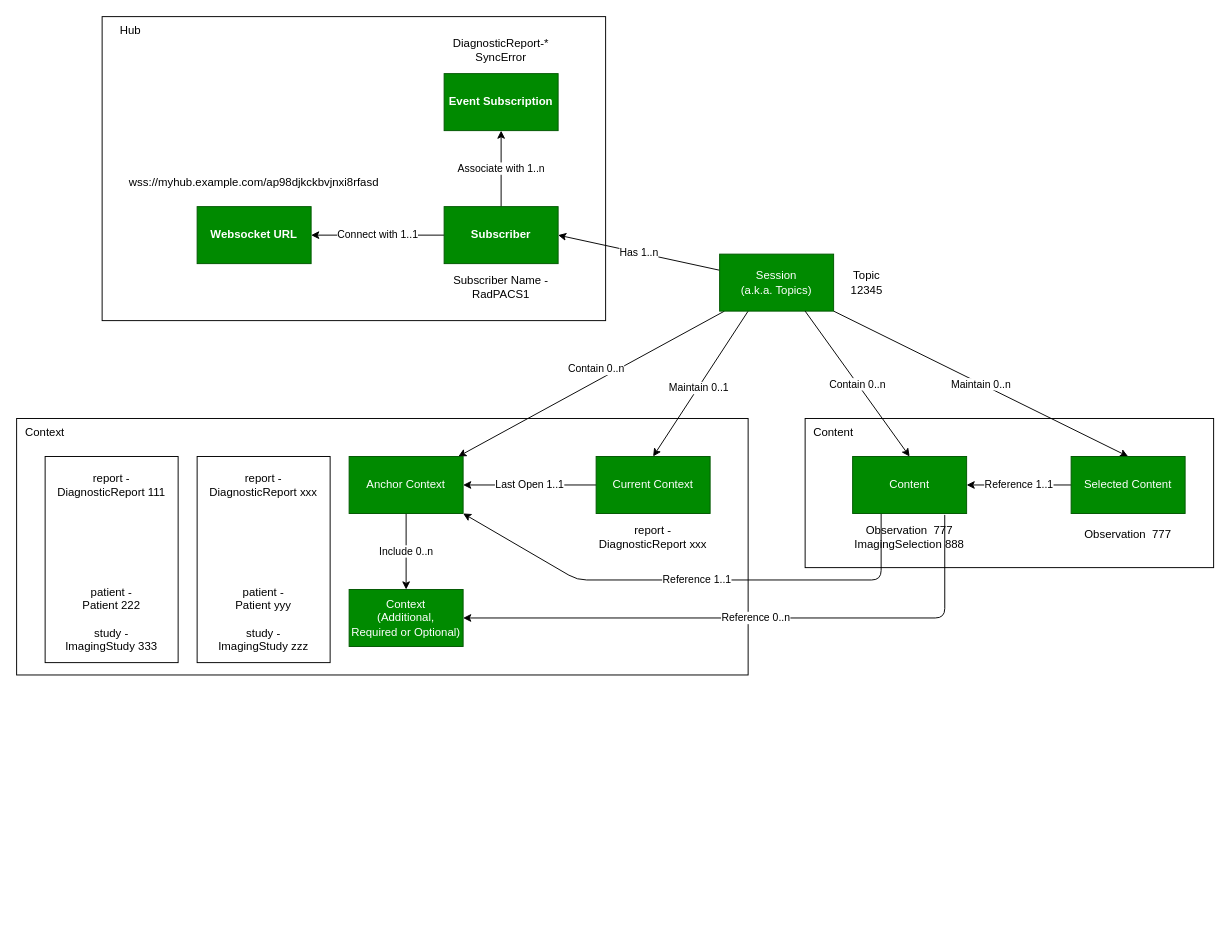
Before: page "Data Model" (2 of 2) of input/images-source/data_model.drawio in IHE/RAD.IRA, a draw.io diagram. Source tidied: cells renumbered, new cells numbered last; positions are measured from the earlier drawing's top-left corner, leaving out a move shared by most shapes. Both pictures are drawn from the tidied source at 95%, with x=0, y=0 at pixel (16, 16).
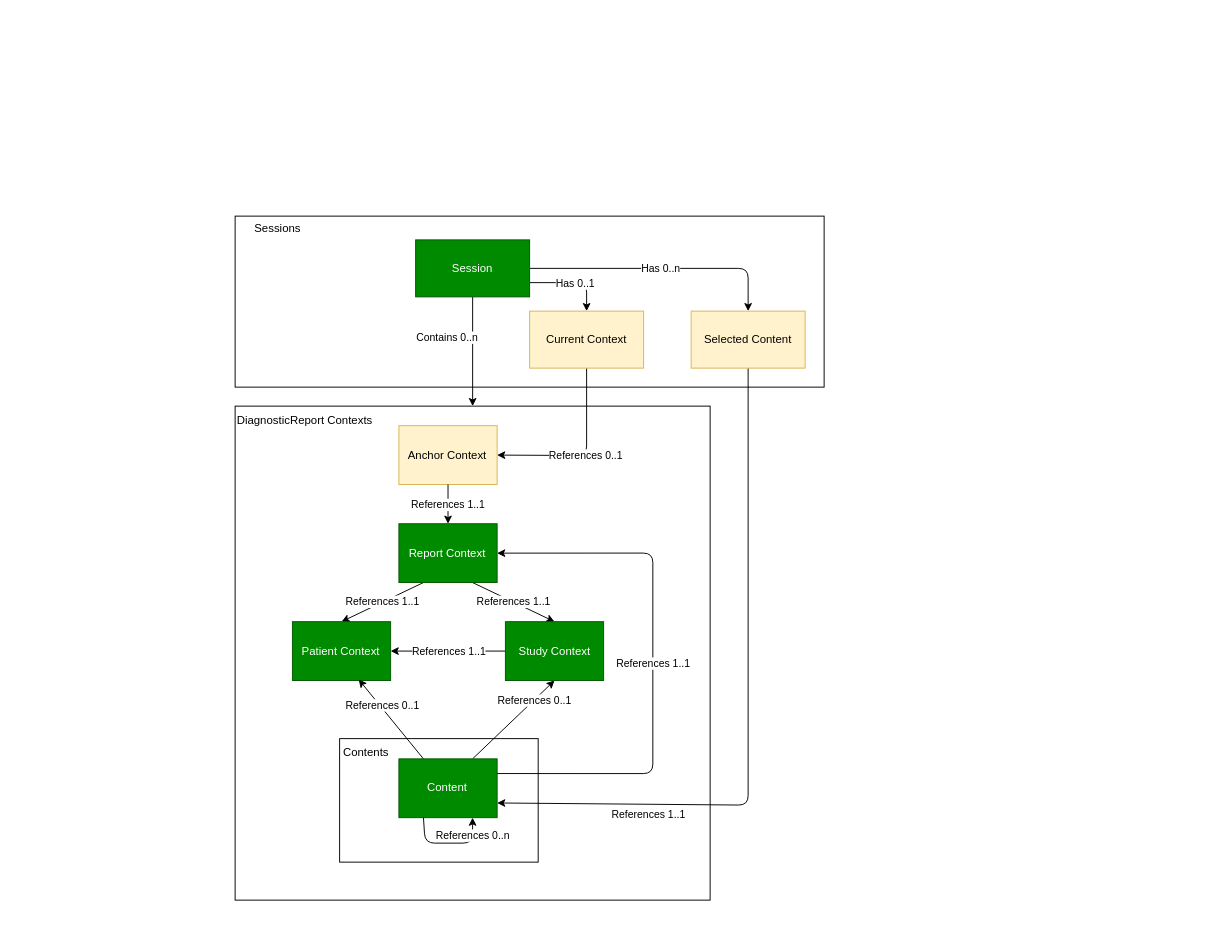
The same page after the edit.

What changed in the source:
```diff
@@
+    <mxCell id="46" style="group;" parent="1" vertex="1">
+      <mxGeometry x="230" y="410" width="500" height="557" as="geometry" />
+    </mxCell>
-    <mxCell id="2" style="rounded=0;whiteSpace=wrap;html=1;fillColor=none;" parent="1" vertex="1">
-      <mxGeometry y="423" width="770" height="270" as="geometry" />
+    <mxCell id="2" style="rounded=0;whiteSpace=wrap;html=1;fillColor=none;" parent="46" vertex="1">
+      <mxGeometry width="500" height="520" as="geometry" />
     </mxCell>
+    <mxCell id="14" value="Anchor Context" style="whiteSpace=wrap;html=1;rounded=0;fillColor=#fff2cc;strokeColor=#d6b656;" parent="46" vertex="1">
+      <mxGeometry x="172.4" y="20.6" width="103.4" height="61.9" as="geometry" />
+    </mxCell>
+    <mxCell id="47" value="References 1..1" style="edgeStyle=none;html=1;exitX=0.25;exitY=1;exitDx=0;exitDy=0;entryX=0.5;entryY=0;entryDx=0;entryDy=0;startArrow=none;startFill=0;endArrow=classic;endFill=1;" parent="46" edge="1" source="15" target="53">
+      <mxGeometry relative="1" as="geometry" />
+    </mxCell>
+    <mxCell id="48" value="References 1..1" style="edgeStyle=none;html=1;exitX=0.75;exitY=1;exitDx=0;exitDy=0;entryX=0.5;entryY=0;entryDx=0;entryDy=0;startArrow=none;startFill=0;endArrow=classic;endFill=1;" parent="46" edge="1" source="15" target="52">
+      <mxGeometry relative="1" as="geometry" />
+    </mxCell>
+    <mxCell id="15" value="Report Context" style="whiteSpace=wrap;html=1;rounded=0;fillColor=#008a00;fontColor=#ffffff;strokeColor=#005700;" parent="46" vertex="1">
+      <mxGeometry x="172.4" y="123.8" width="103.4" height="61.9" as="geometry" />
+    </mxCell>
+    <mxCell id="12" value="References 1..1" style="edgeStyle=none;html=1;" parent="46" edge="1" source="14" target="15">
+      <mxGeometry relative="1" as="geometry" />
+    </mxCell>
+    <mxCell id="26" value="DiagnosticReport Contexts" style="text;html=1;strokeColor=none;fillColor=none;align=center;verticalAlign=middle;whiteSpace=wrap;rounded=0;" parent="46" vertex="1">
+      <mxGeometry width="146.6" height="30.9" as="geometry" />
+    </mxCell>
+    <mxCell id="49" value="References 1..1" style="edgeStyle=none;html=1;exitX=0;exitY=0.5;exitDx=0;exitDy=0;entryX=1;entryY=0.5;entryDx=0;entryDy=0;startArrow=none;startFill=0;endArrow=classic;endFill=1;" parent="46" edge="1" source="52" target="53">
+      <mxGeometry relative="1" as="geometry" />
+    </mxCell>
+    <mxCell id="50" style="edgeStyle=none;html=1;exitX=0.5;exitY=1;exitDx=0;exitDy=0;entryX=0.75;entryY=0;entryDx=0;entryDy=0;startArrow=classic;startFill=1;endArrow=none;endFill=0;" parent="46" edge="1" source="52" target="25">
+      <mxGeometry relative="1" as="geometry" />
+    </mxCell>
+    <mxCell id="51" value="References 0..1" style="edgeLabel;html=1;align=center;verticalAlign=middle;" parent="50" vertex="1">
+      <mxGeometry x="-0.5" relative="1" as="geometry" />
+    </mxCell>
+    <mxCell id="52" value="Study Context" style="whiteSpace=wrap;html=1;rounded=0;fillColor=#008a00;fontColor=#ffffff;strokeColor=#005700;" parent="46" vertex="1">
+      <mxGeometry x="284.5" y="226.9" width="103.4" height="61.9" as="geometry" />
+    </mxCell>
+    <mxCell id="53" value="Patient Context" style="whiteSpace=wrap;html=1;rounded=0;fillColor=#008a00;fontColor=#ffffff;strokeColor=#005700;" parent="46" vertex="1">
+      <mxGeometry x="60.3" y="226.9" width="103.4" height="61.9" as="geometry" />
+    </mxCell>
-    <mxCell id="3" style="rounded=0;whiteSpace=wrap;html=1;fillColor=none;" parent="1" vertex="1">
-      <mxGeometry x="830" y="423" width="430" height="157" as="geometry" />
+    <mxCell id="3" style="rounded=0;whiteSpace=wrap;html=1;fillColor=none;" parent="46" vertex="1">
+      <mxGeometry x="110" y="350" width="209" height="130" as="geometry" />
     </mxCell>
-    <mxCell id="4" style="rounded=0;whiteSpace=wrap;html=1;fillColor=none;" parent="1" vertex="1">
-      <mxGeometry x="90" width="530" height="320" as="geometry" />
-    </mxCell>
+    <mxCell id="54" style="edgeStyle=none;html=1;exitX=0.25;exitY=0;exitDx=0;exitDy=0;entryX=0.675;entryY=0.983;entryDx=0;entryDy=0;entryPerimeter=0;startArrow=none;startFill=0;endArrow=classic;endFill=1;" parent="46" edge="1" source="25" target="53">
+      <mxGeometry relative="1" as="geometry" />
+    </mxCell>
+    <mxCell id="55" value="References 0..1" style="edgeLabel;html=1;align=center;verticalAlign=middle;" parent="54" vertex="1">
+      <mxGeometry x="0.33" y="-2" relative="1" as="geometry" />
+    </mxCell>
+    <mxCell id="25" value="Content" style="whiteSpace=wrap;html=1;rounded=0;fillColor=#008a00;fontColor=#ffffff;strokeColor=#005700;" parent="46" vertex="1">
+      <mxGeometry x="172.4" y="371.3" width="103.4" height="61.9" as="geometry" />
+    </mxCell>
+    <mxCell id="27" value="Contents" style="text;html=1;strokeColor=none;fillColor=none;align=center;verticalAlign=middle;whiteSpace=wrap;rounded=0;" parent="46" vertex="1">
+      <mxGeometry x="112.1" y="350" width="51.7" height="30.9" as="geometry" />
+    </mxCell>
+    <mxCell id="22" value="References 1..1" style="edgeStyle=none;html=1;entryX=1;entryY=0.5;entryDx=0;entryDy=0;startArrow=none;startFill=0;endArrow=classic;endFill=1;exitX=1;exitY=0.25;exitDx=0;exitDy=0;" parent="46" edge="1" source="25" target="15">
+      <mxGeometry relative="1" as="geometry">
+        <Array as="points">
+          <mxPoint x="439.7" y="386.8" />
+          <mxPoint x="439.7" y="154.7" />
+        </Array>
+      </mxGeometry>
+    </mxCell>
+    <mxCell id="56" style="edgeStyle=none;html=1;exitX=0.25;exitY=1;exitDx=0;exitDy=0;entryX=0.75;entryY=1;entryDx=0;entryDy=0;startArrow=none;startFill=0;endArrow=classic;endFill=1;" parent="46" edge="1" source="25" target="25">
+      <mxGeometry relative="1" as="geometry">
+        <Array as="points">
+          <mxPoint x="200" y="460" />
+          <mxPoint x="250" y="460" />
+        </Array>
+      </mxGeometry>
+    </mxCell>
+    <mxCell id="57" value="References 0..n" style="edgeLabel;html=1;align=center;verticalAlign=middle;" parent="56" vertex="1">
+      <mxGeometry x="0.64" relative="1" as="geometry" />
+    </mxCell>
-    <mxCell id="5" style="edgeStyle=none;html=1;" parent="1" edge="1" source="11" target="14">
+    <mxCell id="5" style="edgeStyle=none;html=1;entryX=0.5;entryY=0;entryDx=0;entryDy=0;" parent="1" edge="1" source="11" target="2">
       <mxGeometry relative="1" as="geometry" />
     </mxCell>
-    <mxCell id="6" value="Contain 0..n" style="edgeLabel;html=1;align=center;verticalAlign=middle;" parent="5" vertex="1">
+    <mxCell id="6" value="Contains 0..n" style="edgeLabel;html=1;align=center;verticalAlign=middle;" parent="5" vertex="1">
       <mxGeometry x="-0.25" y="4" relative="1" as="geometry">
         <mxPoint x="-32" y="-1" as="offset" />
       </mxGeometry>
     </mxCell>
-    <mxCell id="7" value="Has 1..n" style="edgeStyle=none;html=1;entryX=1;entryY=0.5;entryDx=0;entryDy=0;" parent="1" edge="1" source="11" target="18">
-      <mxGeometry relative="1" as="geometry" />
-    </mxCell>
-    <mxCell id="8" style="edgeStyle=none;html=1;exitX=0.25;exitY=1;exitDx=0;exitDy=0;entryX=0.5;entryY=0;entryDx=0;entryDy=0;" parent="1" edge="1" source="11" target="19">
-      <mxGeometry relative="1" as="geometry" />
+    <mxCell id="8" style="edgeStyle=none;html=1;exitX=1;exitY=0.75;exitDx=0;exitDy=0;entryX=0.5;entryY=0;entryDx=0;entryDy=0;" parent="1" edge="1" source="11" target="19">
+      <mxGeometry relative="1" as="geometry">
+        <Array as="points">
+          <mxPoint x="600" y="280" />
+        </Array>
+      </mxGeometry>
     </mxCell>
-    <mxCell id="9" value="Maintain 0..1" style="edgeLabel;html=1;align=center;verticalAlign=middle;" parent="8" vertex="1">
+    <mxCell id="9" value="Has 0..1" style="edgeLabel;html=1;align=center;verticalAlign=middle;" parent="8" vertex="1">
       <mxGeometry x="0.05" relative="1" as="geometry" />
     </mxCell>
-    <mxCell id="10" value="Maintain 0..n" style="edgeStyle=none;html=1;exitX=1;exitY=1;exitDx=0;exitDy=0;entryX=0.5;entryY=0;entryDx=0;entryDy=0;startArrow=none;startFill=0;endArrow=classic;endFill=1;" parent="1" edge="1" source="11" target="30">
-      <mxGeometry relative="1" as="geometry" />
+    <mxCell id="10" value="Has 0..n" style="edgeStyle=none;html=1;exitX=1;exitY=0.5;exitDx=0;exitDy=0;entryX=0.5;entryY=0;entryDx=0;entryDy=0;startArrow=none;startFill=0;endArrow=classic;endFill=1;" parent="1" edge="1" source="11" target="30">
+      <mxGeometry relative="1" as="geometry">
+        <Array as="points">
+          <mxPoint x="770" y="265" />
+        </Array>
+      </mxGeometry>
     </mxCell>
-    <mxCell id="11" value="Session&lt;br&gt;(a.k.a. Topics)" style="rounded=0;whiteSpace=wrap;html=1;fillColor=#008a00;fontColor=#ffffff;strokeColor=#005700;" parent="1" vertex="1">
-      <mxGeometry x="740" y="250" width="120" height="60" as="geometry" />
+    <mxCell id="11" value="Session" style="rounded=0;whiteSpace=wrap;html=1;fillColor=#008a00;fontColor=#ffffff;strokeColor=#005700;" parent="1" vertex="1">
+      <mxGeometry x="420" y="235" width="120" height="60" as="geometry" />
     </mxCell>
-    <mxCell id="12" value="Include 0..n" style="edgeStyle=none;html=1;" parent="1" edge="1" source="14" target="15">
-      <mxGeometry relative="1" as="geometry" />
-    </mxCell>
-    <mxCell id="13" value="Last Open 1..1" style="edgeStyle=none;html=1;startArrow=classic;startFill=1;endArrow=none;endFill=0;" parent="1" edge="1" source="14" target="19">
-      <mxGeometry relative="1" as="geometry" />
-    </mxCell>
-    <mxCell id="14" value="Anchor Context" style="whiteSpace=wrap;html=1;rounded=0;fillColor=#008a00;fontColor=#ffffff;strokeColor=#005700;" parent="1" vertex="1">
-      <mxGeometry x="350" y="463" width="120" height="60" as="geometry" />
-    </mxCell>
-    <mxCell id="15" value="Context&lt;br&gt;(Additional,&lt;br&gt;Required or Optional)" style="whiteSpace=wrap;html=1;rounded=0;fillColor=#008a00;fontColor=#ffffff;strokeColor=#005700;" parent="1" vertex="1">
-      <mxGeometry x="350" y="603" width="120" height="60" as="geometry" />
-    </mxCell>
-    <mxCell id="16" value="Connect with 1..1" style="edgeStyle=none;html=1;" parent="1" edge="1" source="18" target="28">
-      <mxGeometry relative="1" as="geometry" />
-    </mxCell>
-    <mxCell id="17" value="Associate with 1..n" style="edgeStyle=none;html=1;" parent="1" edge="1" source="18" target="29">
-      <mxGeometry relative="1" as="geometry" />
-    </mxCell>
-    <mxCell id="18" value="Subscriber" style="whiteSpace=wrap;html=1;rounded=0;fontStyle=1;fillColor=#008a00;fontColor=#ffffff;strokeColor=#005700;" parent="1" vertex="1">
-      <mxGeometry x="450" y="200" width="120" height="60" as="geometry" />
-    </mxCell>
+    <mxCell id="58" value="References 0..1" style="edgeStyle=none;html=1;exitX=0.5;exitY=1;exitDx=0;exitDy=0;entryX=1;entryY=0.5;entryDx=0;entryDy=0;startArrow=none;startFill=0;endArrow=classic;endFill=1;" parent="1" edge="1" source="19" target="14">
+      <mxGeometry relative="1" as="geometry">
+        <Array as="points">
+          <mxPoint x="600" y="462" />
+        </Array>
+      </mxGeometry>
+    </mxCell>
-    <mxCell id="19" value="Current Context" style="whiteSpace=wrap;html=1;rounded=0;fillColor=#008a00;fontColor=#ffffff;strokeColor=#005700;" parent="1" vertex="1">
-      <mxGeometry x="610" y="463" width="120" height="60" as="geometry" />
+    <mxCell id="19" value="Current Context" style="whiteSpace=wrap;html=1;rounded=0;fillColor=#fff2cc;strokeColor=#d6b656;" parent="1" vertex="1">
+      <mxGeometry x="540" y="310" width="120" height="60" as="geometry" />
     </mxCell>
-    <mxCell id="20" value="Contain 0..n" style="edgeStyle=none;html=1;exitX=0.5;exitY=0;exitDx=0;exitDy=0;entryX=0.75;entryY=1;entryDx=0;entryDy=0;startArrow=classic;startFill=1;endArrow=none;endFill=0;" parent="1" edge="1" source="25" target="11">
-      <mxGeometry relative="1" as="geometry" />
-    </mxCell>
-    <mxCell id="21" value="Reference 1..1" style="edgeStyle=none;html=1;exitX=0.25;exitY=1;exitDx=0;exitDy=0;entryX=1;entryY=1;entryDx=0;entryDy=0;startArrow=none;startFill=0;endArrow=classic;endFill=1;" parent="1" edge="1" source="25" target="14">
-      <mxGeometry relative="1" as="geometry">
-        <Array as="points">
-          <mxPoint x="910" y="593" />
-          <mxPoint x="590" y="593" />
-        </Array>
-      </mxGeometry>
-    </mxCell>
-    <mxCell id="22" value="Reference 0..n" style="edgeStyle=none;html=1;entryX=1;entryY=0.5;entryDx=0;entryDy=0;startArrow=none;startFill=0;endArrow=classic;endFill=1;exitX=0.808;exitY=1.025;exitDx=0;exitDy=0;exitPerimeter=0;" parent="1" edge="1" source="25" target="15">
-      <mxGeometry relative="1" as="geometry">
-        <Array as="points">
-          <mxPoint x="977" y="633" />
-        </Array>
-      </mxGeometry>
-    </mxCell>
-    <mxCell id="23" value="Hub" style="text;html=1;strokeColor=none;fillColor=none;align=center;verticalAlign=middle;whiteSpace=wrap;rounded=0;" parent="1" vertex="1">
-      <mxGeometry x="90" width="60" height="30" as="geometry" />
-    </mxCell>
-    <mxCell id="24" value="Reference 1..1" style="edgeStyle=none;html=1;startArrow=classic;startFill=1;endArrow=none;endFill=0;" parent="1" edge="1" source="25" target="30">
-      <mxGeometry relative="1" as="geometry" />
+    <mxCell id="24" value="References 1..1" style="edgeStyle=none;html=1;startArrow=classic;startFill=1;endArrow=none;endFill=0;exitX=1;exitY=0.75;exitDx=0;exitDy=0;entryX=0.5;entryY=1;entryDx=0;entryDy=0;" parent="1" edge="1" source="25" target="30">
+      <mxGeometry x="-0.56" y="-11" relative="1" as="geometry">
+        <Array as="points">
+          <mxPoint x="770" y="830" />
+        </Array>
+      </mxGeometry>
     </mxCell>
-    <mxCell id="25" value="Content" style="whiteSpace=wrap;html=1;rounded=0;fillColor=#008a00;fontColor=#ffffff;strokeColor=#005700;" parent="1" vertex="1">
-      <mxGeometry x="880" y="463" width="120" height="60" as="geometry" />
-    </mxCell>
-    <mxCell id="26" value="Context" style="text;html=1;strokeColor=none;fillColor=none;align=center;verticalAlign=middle;whiteSpace=wrap;rounded=0;" parent="1" vertex="1">
-      <mxGeometry y="423" width="60" height="30" as="geometry" />
-    </mxCell>
-    <mxCell id="27" value="Content" style="text;html=1;strokeColor=none;fillColor=none;align=center;verticalAlign=middle;whiteSpace=wrap;rounded=0;" parent="1" vertex="1">
-      <mxGeometry x="830" y="423" width="60" height="30" as="geometry" />
-    </mxCell>
-    <mxCell id="28" value="Websocket URL" style="whiteSpace=wrap;html=1;fillColor=#008a00;strokeColor=#005700;fontColor=#ffffff;rounded=0;fontStyle=1;" parent="1" vertex="1">
-      <mxGeometry x="190" y="200" width="120" height="60" as="geometry" />
-    </mxCell>
-    <mxCell id="29" value="Event Subscription" style="whiteSpace=wrap;html=1;fillColor=#008a00;strokeColor=#005700;fontColor=#ffffff;rounded=0;fontStyle=1;" parent="1" vertex="1">
-      <mxGeometry x="450" y="60" width="120" height="60" as="geometry" />
-    </mxCell>
-    <mxCell id="30" value="Selected Content" style="whiteSpace=wrap;html=1;fillColor=#008a00;strokeColor=#005700;fontColor=#ffffff;rounded=0;" parent="1" vertex="1">
-      <mxGeometry x="1110" y="463" width="120" height="60" as="geometry" />
+    <mxCell id="30" value="Selected Content" style="whiteSpace=wrap;html=1;fillColor=#fff2cc;strokeColor=#d6b656;rounded=0;" parent="1" vertex="1">
+      <mxGeometry x="710" y="310" width="120" height="60" as="geometry" />
     </mxCell>
-    <mxCell id="31" value="Topic 12345" style="text;strokeColor=none;align=center;fillColor=none;html=1;verticalAlign=middle;whiteSpace=wrap;rounded=0;" parent="1" vertex="1">
-      <mxGeometry x="865" y="265" width="60" height="30" as="geometry" />
-    </mxCell>
-    <mxCell id="32" style="group;" parent="1" vertex="1">
-      <mxGeometry x="30" y="463" width="140" height="217.2" as="geometry" />
-    </mxCell>
-    <mxCell id="33" style="whiteSpace=wrap;html=1;fillColor=none;" parent="32" vertex="1">
-      <mxGeometry width="140" height="217" as="geometry" />
-    </mxCell>
-    <mxCell id="34" value="patient -&lt;br&gt;Patient 222&lt;br&gt;&lt;br&gt;study - ImagingStudy 333" style="text;strokeColor=none;align=center;fillColor=none;html=1;verticalAlign=middle;whiteSpace=wrap;rounded=0;" parent="32" vertex="1">
-      <mxGeometry x="15" y="124.2" width="110" height="93" as="geometry" />
-    </mxCell>
-    <mxCell id="35" value="report - DiagnosticReport 111" style="text;strokeColor=none;align=center;fillColor=none;html=1;verticalAlign=middle;whiteSpace=wrap;rounded=0;" parent="32" vertex="1">
-      <mxGeometry x="10" y="15" width="120" height="30" as="geometry" />
-    </mxCell>
-    <mxCell id="36" style="group;" parent="1" vertex="1">
-      <mxGeometry x="190" y="463" width="140" height="217.2" as="geometry" />
-    </mxCell>
-    <mxCell id="37" style="whiteSpace=wrap;html=1;fillColor=none;" parent="36" vertex="1">
-      <mxGeometry width="140" height="217" as="geometry" />
-    </mxCell>
-    <mxCell id="38" value="patient -&lt;br&gt;Patient yyy&lt;br&gt;&lt;br&gt;study - ImagingStudy zzz" style="text;strokeColor=none;align=center;fillColor=none;html=1;verticalAlign=middle;whiteSpace=wrap;rounded=0;" parent="36" vertex="1">
-      <mxGeometry x="15" y="124.2" width="110" height="93" as="geometry" />
-    </mxCell>
-    <mxCell id="39" value="report - DiagnosticReport xxx" style="text;strokeColor=none;align=center;fillColor=none;html=1;verticalAlign=middle;whiteSpace=wrap;rounded=0;" parent="36" vertex="1">
-      <mxGeometry x="10" y="15" width="120" height="30" as="geometry" />
-    </mxCell>
-    <mxCell id="40" value="report - DiagnosticReport xxx" style="text;strokeColor=none;align=center;fillColor=none;html=1;verticalAlign=middle;whiteSpace=wrap;rounded=0;" parent="1" vertex="1">
-      <mxGeometry x="610" y="533" width="120" height="30" as="geometry" />
-    </mxCell>
-    <mxCell id="41" value="Observation&amp;nbsp; 777&lt;br&gt;ImagingSelection 888" style="text;strokeColor=none;align=center;fillColor=none;html=1;verticalAlign=middle;whiteSpace=wrap;rounded=0;" parent="1" vertex="1">
-      <mxGeometry x="870" y="533" width="140" height="30" as="geometry" />
-    </mxCell>
-    <mxCell id="42" value="Observation&amp;nbsp; 777" style="text;strokeColor=none;align=center;fillColor=none;html=1;verticalAlign=middle;whiteSpace=wrap;rounded=0;" parent="1" vertex="1">
-      <mxGeometry x="1100" y="530" width="140" height="30" as="geometry" />
-    </mxCell>
-    <mxCell id="43" value="Subscriber Name - RadPACS1" style="text;strokeColor=none;align=center;fillColor=none;html=1;verticalAlign=middle;whiteSpace=wrap;rounded=0;" parent="1" vertex="1">
-      <mxGeometry x="455" y="270" width="110" height="30" as="geometry" />
-    </mxCell>
-    <mxCell id="44" value="DiagnosticReport-*&lt;br&gt;SyncError" style="text;strokeColor=none;align=center;fillColor=none;html=1;verticalAlign=middle;whiteSpace=wrap;rounded=0;" parent="1" vertex="1">
-      <mxGeometry x="455" y="20" width="110" height="30" as="geometry" />
-    </mxCell>
-    <mxCell id="45" value="wss://myhub.example.com/ap98djkckbvjnxi8rfasd" style="text;strokeColor=none;align=center;fillColor=none;html=1;verticalAlign=middle;whiteSpace=wrap;rounded=0;" parent="1" vertex="1">
-      <mxGeometry x="195" y="160" width="110" height="30" as="geometry" />
-    </mxCell>
+    <mxCell id="59" style="rounded=0;whiteSpace=wrap;html=1;fillColor=none;" parent="1" vertex="1">
+      <mxGeometry x="230" y="210" width="620" height="180" as="geometry" />
+    </mxCell>
+    <mxCell id="60" value="Sessions" style="text;html=1;strokeColor=none;fillColor=none;align=center;verticalAlign=middle;whiteSpace=wrap;rounded=0;" parent="1" vertex="1">
+      <mxGeometry x="230" y="210" width="90" height="25.9" as="geometry" />
+    </mxCell>
```
